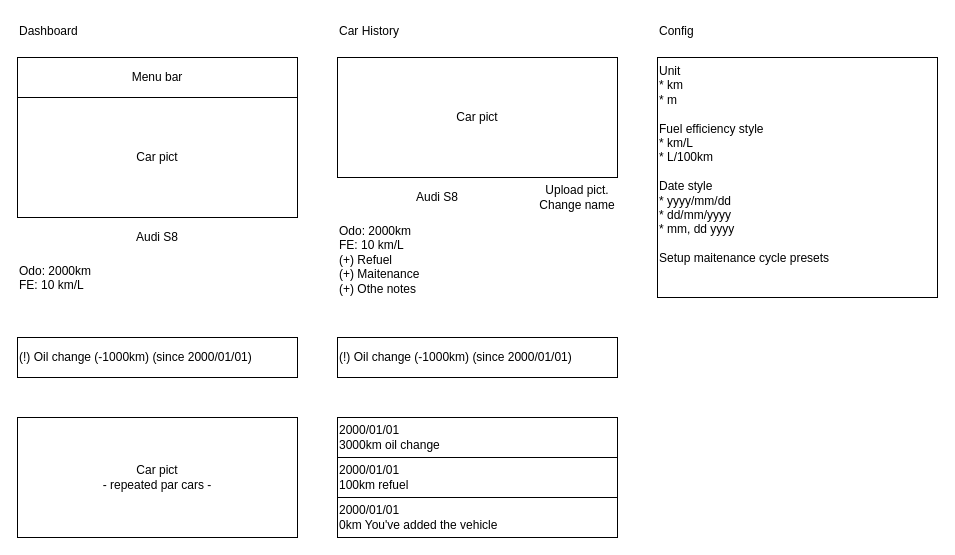
Before: mockup.drawio in minebreaker/sschm, a draw.io diagram. Source tidied: cells renumbered, new cells numbered last; positions are measured from the earlier drawing's top-left corner, leaving out a move shared by most shapes. Both pictures are drawn from the tidied source at 100%, with x=0, y=0 at pixel (17, 17).
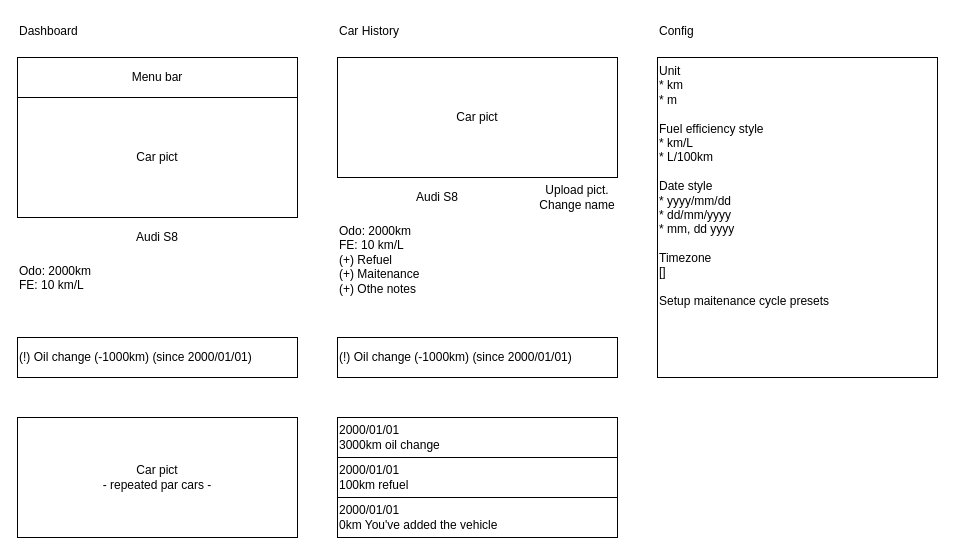
The same page after the edit.

What changed in the source:
```diff
@@
 <mxGraphModel>
   <root>
     <mxCell id="0" />
     <mxCell id="1" parent="0" />
     <mxCell id="2" value="Car pict" style="rounded=0;whiteSpace=wrap;html=1;" parent="1" vertex="1">
       <mxGeometry y="80" width="280" height="120" as="geometry" />
     </mxCell>
     <mxCell id="3" value="Dashboard" style="text;html=1;strokeColor=none;fillColor=none;align=left;verticalAlign=top;whiteSpace=wrap;rounded=0;" parent="1" vertex="1">
       <mxGeometry width="280" height="40" as="geometry" />
     </mxCell>
     <mxCell id="4" value="Audi S8" style="text;html=1;strokeColor=none;fillColor=none;align=center;verticalAlign=middle;whiteSpace=wrap;rounded=0;" parent="1" vertex="1">
       <mxGeometry y="200" width="280" height="40" as="geometry" />
     </mxCell>
     <mxCell id="5" value="Odo: 2000km&lt;br&gt;FE: 10 km/L" style="text;html=1;strokeColor=none;fillColor=none;align=left;verticalAlign=top;whiteSpace=wrap;rounded=0;" parent="1" vertex="1">
       <mxGeometry y="240" width="280" height="80" as="geometry" />
     </mxCell>
     <mxCell id="6" value="Menu bar" style="rounded=0;whiteSpace=wrap;html=1;" parent="1" vertex="1">
       <mxGeometry y="40" width="280" height="40" as="geometry" />
     </mxCell>
     <mxCell id="7" value="Car History" style="text;html=1;strokeColor=none;fillColor=none;align=left;verticalAlign=top;whiteSpace=wrap;rounded=0;" parent="1" vertex="1">
       <mxGeometry x="320" width="280" height="40" as="geometry" />
     </mxCell>
     <mxCell id="8" value="Car pict" style="rounded=0;whiteSpace=wrap;html=1;" parent="1" vertex="1">
       <mxGeometry x="320" y="40" width="280" height="120" as="geometry" />
     </mxCell>
     <mxCell id="9" value="Upload pict.&lt;br&gt;Change name" style="text;html=1;strokeColor=none;fillColor=none;align=center;verticalAlign=middle;whiteSpace=wrap;rounded=0;" parent="1" vertex="1">
       <mxGeometry x="520" y="160" width="80" height="40" as="geometry" />
     </mxCell>
     <mxCell id="10" value="Audi S8" style="text;html=1;strokeColor=none;fillColor=none;align=center;verticalAlign=middle;whiteSpace=wrap;rounded=0;" parent="1" vertex="1">
       <mxGeometry x="320" y="160" width="200" height="40" as="geometry" />
     </mxCell>
     <mxCell id="11" value="Config" style="text;html=1;strokeColor=none;fillColor=none;align=left;verticalAlign=top;whiteSpace=wrap;rounded=0;" parent="1" vertex="1">
       <mxGeometry x="640" width="280" height="40" as="geometry" />
     </mxCell>
-    <mxCell id="12" value="Unit&lt;br&gt;* km&lt;br&gt;* m&lt;br&gt;&lt;br&gt;Fuel efficiency style&lt;br&gt;* km/L&lt;br&gt;* L/100km&lt;br&gt;&lt;br&gt;Date style&lt;br&gt;* yyyy/mm/dd&lt;br&gt;* dd/mm/yyyy&lt;br&gt;* mm, dd yyyy&lt;br&gt;&lt;br&gt;Setup maitenance cycle presets" style="rounded=0;whiteSpace=wrap;html=1;align=left;verticalAlign=top;" parent="1" vertex="1">
-      <mxGeometry x="640" y="40" width="280" height="240" as="geometry" />
+    <mxCell id="12" value="Unit&lt;br&gt;* km&lt;br&gt;* m&lt;br&gt;&lt;br&gt;Fuel efficiency style&lt;br&gt;* km/L&lt;br&gt;* L/100km&lt;br&gt;&lt;br&gt;Date style&lt;br&gt;* yyyy/mm/dd&lt;br&gt;* dd/mm/yyyy&lt;br&gt;* mm, dd yyyy&lt;br&gt;&lt;br&gt;Timezone&lt;br&gt;[]&lt;br&gt;&lt;br&gt;Setup maitenance cycle presets" style="rounded=0;whiteSpace=wrap;html=1;align=left;verticalAlign=top;" parent="1" vertex="1">
+      <mxGeometry x="640" y="40" width="280" height="320" as="geometry" />
     </mxCell>
     <mxCell id="13" value="2000/01/01&lt;br&gt;0km You've added the vehicle" style="rounded=0;whiteSpace=wrap;html=1;align=left;" parent="1" vertex="1">
       <mxGeometry x="320" y="480" width="280" height="40" as="geometry" />
     </mxCell>
     <mxCell id="14" value="2000/01/01&lt;br&gt;3000km oil change" style="rounded=0;whiteSpace=wrap;html=1;align=left;" parent="1" vertex="1">
       <mxGeometry x="320" y="400" width="280" height="40" as="geometry" />
     </mxCell>
     <mxCell id="15" value="(!) Oil change (-1000km) (since 2000/01/01)" style="rounded=0;whiteSpace=wrap;html=1;align=left;" parent="1" vertex="1">
       <mxGeometry x="320" y="320" width="280" height="40" as="geometry" />
     </mxCell>
     <mxCell id="16" value="(!) Oil change (-1000km) (since 2000/01/01)" style="rounded=0;whiteSpace=wrap;html=1;align=left;" parent="1" vertex="1">
       <mxGeometry y="320" width="280" height="40" as="geometry" />
     </mxCell>
     <mxCell id="17" value="Car pict&lt;br&gt;- repeated par cars -" style="rounded=0;whiteSpace=wrap;html=1;" parent="1" vertex="1">
       <mxGeometry y="400" width="280" height="120" as="geometry" />
     </mxCell>
     <mxCell id="18" value="2000/01/01&lt;br&gt;100km refuel&amp;nbsp;" style="rounded=0;whiteSpace=wrap;html=1;align=left;" parent="1" vertex="1">
       <mxGeometry x="320" y="440" width="280" height="40" as="geometry" />
     </mxCell>
     <mxCell id="19" value="Odo: 2000km&lt;br&gt;FE: 10 km/L&lt;br&gt;(+) Refuel&lt;br&gt;(+) Maitenance&lt;br&gt;(+) Othe notes" style="text;html=1;strokeColor=none;fillColor=none;align=left;verticalAlign=top;whiteSpace=wrap;rounded=0;" parent="1" vertex="1">
       <mxGeometry x="320" y="200" width="280" height="80" as="geometry" />
     </mxCell>
   </root>
 </mxGraphModel>
```
